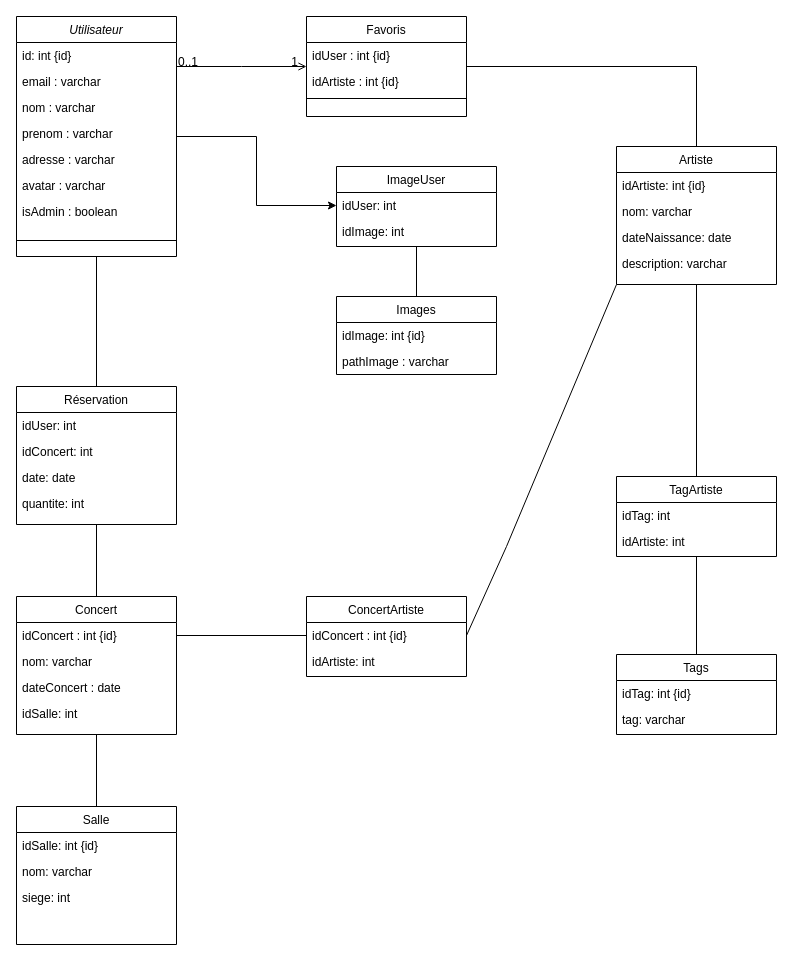
The draw.io diagram Untitled Diagram.drawio in tristan-gaido/elyze, before the edit. Source tidied: cells renumbered, new cells numbered last; positions are measured from the earlier drawing's top-left corner, leaving out a move shared by most shapes. Both pictures are drawn from the tidied source at 100%, with x=0, y=0 at pixel (16, 16).
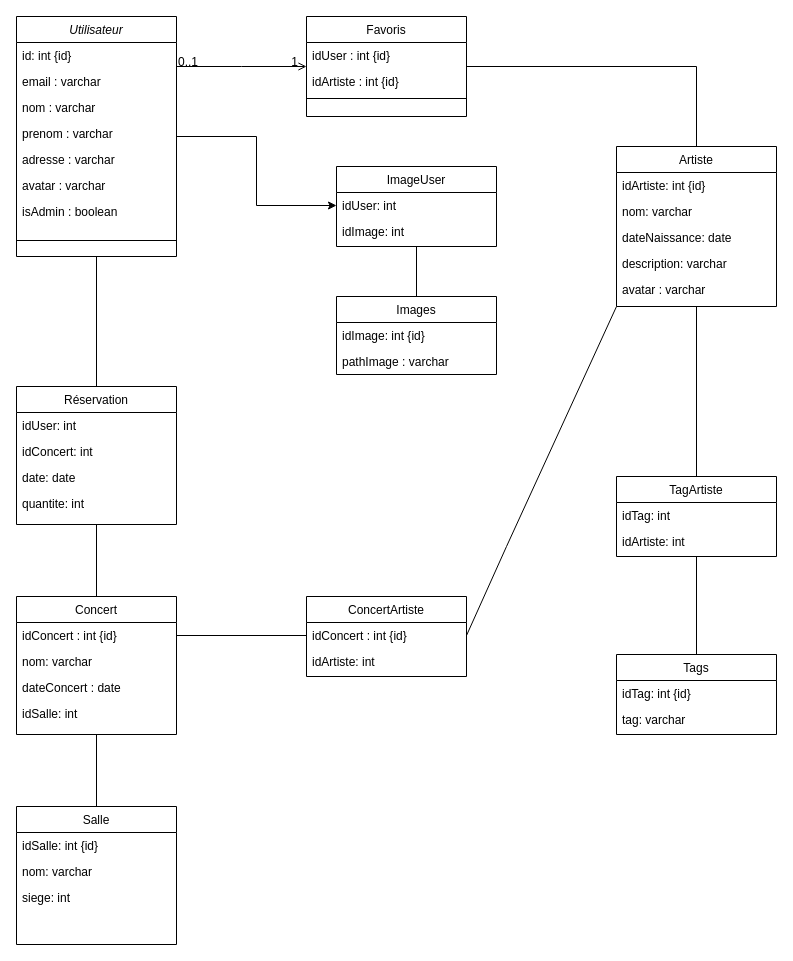
The same diagram, later.

Diff of the diagram source:
```diff
@@
     <mxCell id="36" value="Artiste" style="swimlane;fontStyle=0;align=center;verticalAlign=top;horizontal=1;startSize=26;rounded=0;shadow=0;strokeWidth=1;" parent="1" vertex="1">
-      <mxGeometry x="600" y="130" width="160" height="138" as="geometry" />
+      <mxGeometry x="600" y="130" width="160" height="160" as="geometry" />
     </mxCell>
@@
+    <mxCell id="62" value="avatar : varchar" style="text;align=left;verticalAlign=top;spacingLeft=4;spacingRight=4;overflow=hidden;rounded=0;shadow=0;html=0;" parent="36" vertex="1">
+      <mxGeometry y="130" width="160" height="26" as="geometry" />
+    </mxCell>
```
